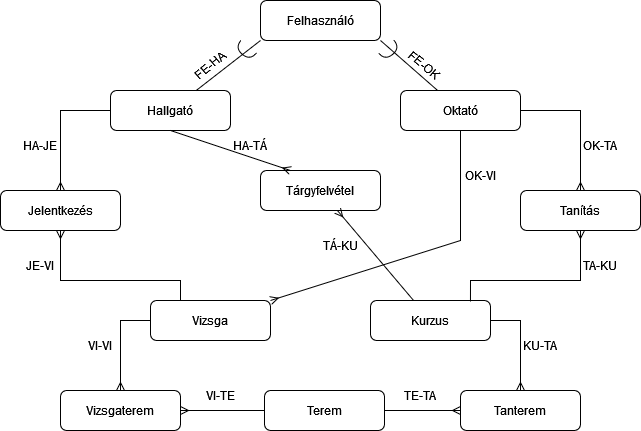
Before: M1/Egyedmodell.png, a diagram exported from draw.io (farkasp1050/banana). Source tidied: cells renumbered, new cells last; positions are measured from the earlier drawing's top-left corner, leaving out a move shared by most shapes. Its diagram source:
```xml
<mxGraphModel>
  <root>
    <mxCell id="0" />
    <mxCell id="1" parent="0" />
    <mxCell id="2" value="Kurzus" style="rounded=1;whiteSpace=wrap;html=1;" parent="1" vertex="1">
      <mxGeometry x="370" y="300" width="120" height="40" as="geometry" />
    </mxCell>
    <mxCell id="3" value="Terem" style="rounded=1;whiteSpace=wrap;html=1;" parent="1" vertex="1">
      <mxGeometry x="264" y="390" width="120" height="40" as="geometry" />
    </mxCell>
    <mxCell id="4" value="Vizsga" style="rounded=1;whiteSpace=wrap;html=1;" parent="1" vertex="1">
      <mxGeometry x="150" y="300" width="120" height="40" as="geometry" />
    </mxCell>
    <mxCell id="5" value="Felhasználó" style="rounded=1;whiteSpace=wrap;html=1;" parent="1" vertex="1">
      <mxGeometry x="260" width="120" height="40" as="geometry" />
    </mxCell>
    <mxCell id="6" value="Vizsgaterem" style="rounded=1;whiteSpace=wrap;html=1;" parent="1" vertex="1">
      <mxGeometry x="60" y="390" width="120" height="40" as="geometry" />
    </mxCell>
    <mxCell id="7" value="Tanterem" style="rounded=1;whiteSpace=wrap;html=1;" parent="1" vertex="1">
      <mxGeometry x="460" y="390" width="120" height="40" as="geometry" />
    </mxCell>
    <mxCell id="8" value="Jelentkezés" style="rounded=1;whiteSpace=wrap;html=1;" parent="1" vertex="1">
      <mxGeometry y="190" width="120" height="40" as="geometry" />
    </mxCell>
    <mxCell id="9" value="Hallgató" style="rounded=1;whiteSpace=wrap;html=1;" parent="1" vertex="1">
      <mxGeometry x="110" y="90" width="120" height="40" as="geometry" />
    </mxCell>
    <mxCell id="10" value="Oktató" style="rounded=1;whiteSpace=wrap;html=1;" parent="1" vertex="1">
      <mxGeometry x="400" y="90" width="120" height="40" as="geometry" />
    </mxCell>
    <mxCell id="11" value="Tárgyfelvétel" style="rounded=1;whiteSpace=wrap;html=1;" parent="1" vertex="1">
      <mxGeometry x="260" y="170" width="120" height="40" as="geometry" />
    </mxCell>
    <mxCell id="12" value="Tanítás" style="rounded=1;whiteSpace=wrap;html=1;" parent="1" vertex="1">
      <mxGeometry x="520" y="190" width="120" height="40" as="geometry" />
    </mxCell>
    <mxCell id="13" style="endArrow=none;html=1;rounded=0;entryX=0;entryY=1;entryDx=0;entryDy=0;" parent="1" edge="1" source="9" target="5">
      <mxGeometry relative="1" as="geometry" />
    </mxCell>
    <mxCell id="14" style="endArrow=none;html=1;rounded=0;entryX=1;entryY=1;entryDx=0;entryDy=0;" parent="1" edge="1" source="10" target="5">
      <mxGeometry relative="1" as="geometry" />
    </mxCell>
    <mxCell id="15" style="edgeStyle=entityRelationEdgeStyle;fontSize=12;html=1;endArrow=ERmany;rounded=0;" parent="1" edge="1" source="3" target="7">
      <mxGeometry relative="1" as="geometry" />
    </mxCell>
    <mxCell id="16" style="edgeStyle=entityRelationEdgeStyle;fontSize=12;html=1;endArrow=ERmany;rounded=0;" parent="1" edge="1" source="3" target="6">
      <mxGeometry relative="1" as="geometry" />
    </mxCell>
    <mxCell id="17" style="fontSize=12;html=1;endArrow=ERmany;rounded=0;" parent="1" edge="1" source="4" target="6">
      <mxGeometry relative="1" as="geometry">
        <Array as="points">
          <mxPoint x="120" y="320" />
        </Array>
      </mxGeometry>
    </mxCell>
    <mxCell id="18" style="fontSize=12;html=1;endArrow=ERmany;rounded=0;" parent="1" edge="1" source="2" target="7">
      <mxGeometry relative="1" as="geometry">
        <Array as="points">
          <mxPoint x="520" y="320" />
        </Array>
      </mxGeometry>
    </mxCell>
    <mxCell id="19" style="fontSize=12;html=1;endArrow=ERmany;rounded=0;" parent="1" edge="1" source="10" target="12">
      <mxGeometry relative="1" as="geometry">
        <Array as="points">
          <mxPoint x="580" y="110" />
        </Array>
      </mxGeometry>
    </mxCell>
    <mxCell id="20" style="fontSize=12;html=1;endArrow=ERmany;rounded=0;" parent="1" edge="1" source="9" target="8">
      <mxGeometry relative="1" as="geometry">
        <Array as="points">
          <mxPoint x="60" y="110" />
        </Array>
      </mxGeometry>
    </mxCell>
    <mxCell id="21" style="fontSize=12;html=1;endArrow=ERmany;rounded=0;exitX=0.833;exitY=0.025;exitDx=0;exitDy=0;exitPerimeter=0;" parent="1" edge="1" source="2" target="12">
      <mxGeometry relative="1" as="geometry">
        <Array as="points">
          <mxPoint x="470" y="280" />
          <mxPoint x="580" y="280" />
        </Array>
      </mxGeometry>
    </mxCell>
    <mxCell id="22" style="fontSize=12;html=1;endArrow=ERmany;rounded=0;entryX=0.5;entryY=1;entryDx=0;entryDy=0;exitX=0.25;exitY=0;exitDx=0;exitDy=0;" parent="1" edge="1" source="4" target="8">
      <mxGeometry relative="1" as="geometry">
        <Array as="points">
          <mxPoint x="180" y="280" />
          <mxPoint x="60" y="280" />
        </Array>
      </mxGeometry>
    </mxCell>
    <mxCell id="23" style="fontSize=12;html=1;endArrow=ERmany;rounded=0;entryX=1;entryY=0;entryDx=0;entryDy=0;" parent="1" edge="1" source="10" target="4">
      <mxGeometry relative="1" as="geometry">
        <Array as="points">
          <mxPoint x="460" y="240" />
        </Array>
      </mxGeometry>
    </mxCell>
    <mxCell id="24" style="fontSize=12;html=1;endArrow=ERmany;rounded=0;" parent="1" edge="1" source="2" target="11">
      <mxGeometry relative="1" as="geometry" />
    </mxCell>
    <mxCell id="25" style="fontSize=12;html=1;endArrow=ERmany;rounded=0;entryX=0.25;entryY=0;entryDx=0;entryDy=0;exitX=0.5;exitY=1;exitDx=0;exitDy=0;" parent="1" edge="1" source="9" target="11">
      <mxGeometry relative="1" as="geometry" />
    </mxCell>
    <mxCell id="26" style="shape=requiredInterface;html=1;verticalLabelPosition=bottom;sketch=0;rotation=50;" parent="1" vertex="1">
      <mxGeometry x="384" y="40" width="10" height="20" as="geometry" />
    </mxCell>
    <mxCell id="27" style="shape=requiredInterface;html=1;verticalLabelPosition=bottom;sketch=0;rotation=130;" parent="1" vertex="1">
      <mxGeometry x="240" y="40" width="10" height="20" as="geometry" />
    </mxCell>
    <mxCell id="28" value="FE-HA" style="text;html=1;align=center;verticalAlign=middle;whiteSpace=wrap;rounded=0;rotation=-40;" parent="1" vertex="1">
      <mxGeometry x="180" y="50" width="60" height="30" as="geometry" />
    </mxCell>
    <mxCell id="29" value="FE-OK" style="text;html=1;align=center;verticalAlign=middle;whiteSpace=wrap;rounded=0;rotation=40;" parent="1" vertex="1">
      <mxGeometry x="394" y="50" width="60" height="30" as="geometry" />
    </mxCell>
    <mxCell id="30" value="HA-JE" style="text;html=1;align=center;verticalAlign=middle;whiteSpace=wrap;rounded=0;rotation=0;" parent="1" vertex="1">
      <mxGeometry x="10" y="130" width="60" height="30" as="geometry" />
    </mxCell>
    <mxCell id="31" value="OK-TA" style="text;html=1;align=center;verticalAlign=middle;whiteSpace=wrap;rounded=0;rotation=0;" parent="1" vertex="1">
      <mxGeometry x="570" y="130" width="60" height="30" as="geometry" />
    </mxCell>
    <mxCell id="32" value="OK-VI" style="text;html=1;align=center;verticalAlign=middle;whiteSpace=wrap;rounded=0;rotation=0;" parent="1" vertex="1">
      <mxGeometry x="450" y="160" width="60" height="30" as="geometry" />
    </mxCell>
    <mxCell id="33" value="TA-KU" style="text;html=1;align=center;verticalAlign=middle;whiteSpace=wrap;rounded=0;rotation=0;" parent="1" vertex="1">
      <mxGeometry x="570" y="250" width="60" height="30" as="geometry" />
    </mxCell>
    <mxCell id="34" value="JE-VI" style="text;html=1;align=center;verticalAlign=middle;whiteSpace=wrap;rounded=0;rotation=0;" parent="1" vertex="1">
      <mxGeometry x="10" y="250" width="60" height="30" as="geometry" />
    </mxCell>
    <mxCell id="35" value="KU-TA" style="text;html=1;align=center;verticalAlign=middle;whiteSpace=wrap;rounded=0;rotation=0;" parent="1" vertex="1">
      <mxGeometry x="510" y="330" width="60" height="30" as="geometry" />
    </mxCell>
    <mxCell id="36" value="VI-VI" style="text;html=1;align=center;verticalAlign=middle;whiteSpace=wrap;rounded=0;rotation=0;" parent="1" vertex="1">
      <mxGeometry x="70" y="330" width="60" height="30" as="geometry" />
    </mxCell>
    <mxCell id="37" value="TE-TA" style="text;html=1;align=center;verticalAlign=middle;whiteSpace=wrap;rounded=0;rotation=0;" parent="1" vertex="1">
      <mxGeometry x="390" y="380" width="60" height="30" as="geometry" />
    </mxCell>
    <mxCell id="38" value="VI-TE" style="text;html=1;align=center;verticalAlign=middle;whiteSpace=wrap;rounded=0;rotation=0;" parent="1" vertex="1">
      <mxGeometry x="190" y="380" width="60" height="30" as="geometry" />
    </mxCell>
    <mxCell id="39" value="HA-TÁ" style="text;html=1;align=center;verticalAlign=middle;whiteSpace=wrap;rounded=0;rotation=0;" parent="1" vertex="1">
      <mxGeometry x="220" y="130" width="60" height="30" as="geometry" />
    </mxCell>
    <mxCell id="40" value="TÁ-KU" style="text;html=1;align=center;verticalAlign=middle;whiteSpace=wrap;rounded=0;rotation=0;" parent="1" vertex="1">
      <mxGeometry x="310" y="230" width="60" height="30" as="geometry" />
    </mxCell>
  </root>
</mxGraphModel>
```
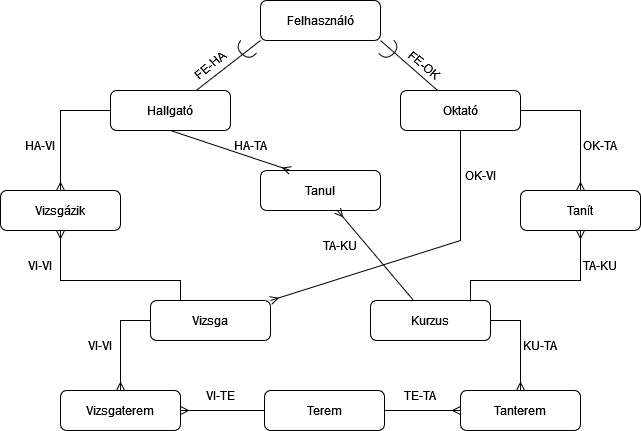
Above is the later version.

Commit message:
Egyedmodell kiegészítése.

Change to the diagram source:
```diff
@@ -20,7 +20,7 @@
     <mxCell id="7" value="Tanterem" style="rounded=1;whiteSpace=wrap;html=1;" parent="1" vertex="1">
       <mxGeometry x="460" y="390" width="120" height="40" as="geometry" />
     </mxCell>
-    <mxCell id="8" value="Jelentkezés" style="rounded=1;whiteSpace=wrap;html=1;" parent="1" vertex="1">
+    <mxCell id="8" value="Vizsgázik" style="rounded=1;whiteSpace=wrap;html=1;" parent="1" vertex="1">
       <mxGeometry y="190" width="120" height="40" as="geometry" />
     </mxCell>
     <mxCell id="9" value="Hallgató" style="rounded=1;whiteSpace=wrap;html=1;" parent="1" vertex="1">
@@ -29,10 +29,10 @@
     <mxCell id="10" value="Oktató" style="rounded=1;whiteSpace=wrap;html=1;" parent="1" vertex="1">
       <mxGeometry x="400" y="90" width="120" height="40" as="geometry" />
     </mxCell>
-    <mxCell id="11" value="Tárgyfelvétel" style="rounded=1;whiteSpace=wrap;html=1;" parent="1" vertex="1">
+    <mxCell id="11" value="Tanul" style="rounded=1;whiteSpace=wrap;html=1;" parent="1" vertex="1">
       <mxGeometry x="260" y="170" width="120" height="40" as="geometry" />
     </mxCell>
-    <mxCell id="12" value="Tanítás" style="rounded=1;whiteSpace=wrap;html=1;" parent="1" vertex="1">
+    <mxCell id="12" value="Tanít" style="rounded=1;whiteSpace=wrap;html=1;" parent="1" vertex="1">
       <mxGeometry x="520" y="190" width="120" height="40" as="geometry" />
     </mxCell>
     <mxCell id="13" style="endArrow=none;html=1;rounded=0;entryX=0;entryY=1;entryDx=0;entryDy=0;" parent="1" edge="1" source="9" target="5">
@@ -116,7 +116,7 @@
     <mxCell id="29" value="FE-OK" style="text;html=1;align=center;verticalAlign=middle;whiteSpace=wrap;rounded=0;rotation=40;" parent="1" vertex="1">
       <mxGeometry x="394" y="50" width="60" height="30" as="geometry" />
     </mxCell>
-    <mxCell id="30" value="HA-JE" style="text;html=1;align=center;verticalAlign=middle;whiteSpace=wrap;rounded=0;rotation=0;" parent="1" vertex="1">
+    <mxCell id="30" value="HA-VI" style="text;html=1;align=center;verticalAlign=middle;whiteSpace=wrap;rounded=0;rotation=0;" parent="1" vertex="1">
       <mxGeometry x="10" y="130" width="60" height="30" as="geometry" />
     </mxCell>
     <mxCell id="31" value="OK-TA" style="text;html=1;align=center;verticalAlign=middle;whiteSpace=wrap;rounded=0;rotation=0;" parent="1" vertex="1">
@@ -128,7 +128,7 @@
     <mxCell id="33" value="TA-KU" style="text;html=1;align=center;verticalAlign=middle;whiteSpace=wrap;rounded=0;rotation=0;" parent="1" vertex="1">
       <mxGeometry x="570" y="250" width="60" height="30" as="geometry" />
     </mxCell>
-    <mxCell id="34" value="JE-VI" style="text;html=1;align=center;verticalAlign=middle;whiteSpace=wrap;rounded=0;rotation=0;" parent="1" vertex="1">
+    <mxCell id="34" value="VI-VI" style="text;html=1;align=center;verticalAlign=middle;whiteSpace=wrap;rounded=0;rotation=0;" parent="1" vertex="1">
       <mxGeometry x="10" y="250" width="60" height="30" as="geometry" />
     </mxCell>
     <mxCell id="35" value="KU-TA" style="text;html=1;align=center;verticalAlign=middle;whiteSpace=wrap;rounded=0;rotation=0;" parent="1" vertex="1">
@@ -143,10 +143,10 @@
     <mxCell id="38" value="VI-TE" style="text;html=1;align=center;verticalAlign=middle;whiteSpace=wrap;rounded=0;rotation=0;" parent="1" vertex="1">
       <mxGeometry x="190" y="380" width="60" height="30" as="geometry" />
     </mxCell>
-    <mxCell id="39" value="HA-TÁ" style="text;html=1;align=center;verticalAlign=middle;whiteSpace=wrap;rounded=0;rotation=0;" parent="1" vertex="1">
+    <mxCell id="39" value="HA-TA" style="text;html=1;align=center;verticalAlign=middle;whiteSpace=wrap;rounded=0;rotation=0;" parent="1" vertex="1">
       <mxGeometry x="220" y="130" width="60" height="30" as="geometry" />
     </mxCell>
-    <mxCell id="40" value="TÁ-KU" style="text;html=1;align=center;verticalAlign=middle;whiteSpace=wrap;rounded=0;rotation=0;" parent="1" vertex="1">
+    <mxCell id="40" value="TA-KU" style="text;html=1;align=center;verticalAlign=middle;whiteSpace=wrap;rounded=0;rotation=0;" parent="1" vertex="1">
       <mxGeometry x="310" y="230" width="60" height="30" as="geometry" />
     </mxCell>
   </root>
```
